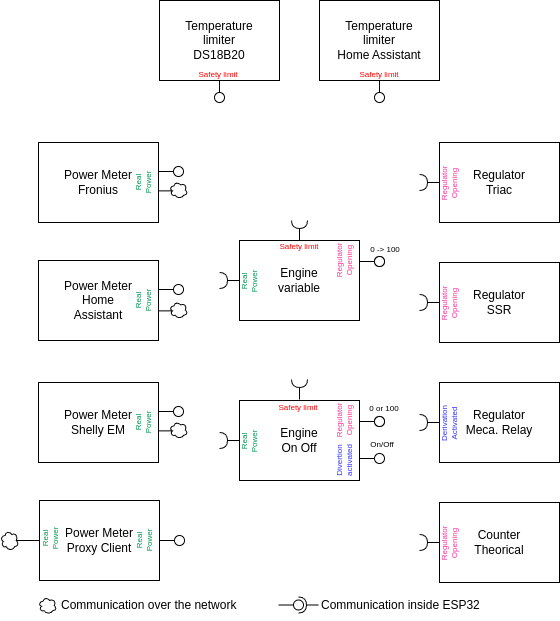
Earlier version of the draw.io export docs/images/packages.drawio.png (ghisch/Solar-Router-for-ESPHome). Source tidied: cells renumbered, new cells last; positions are measured from the earlier drawing's top-left corner, leaving out a move shared by most shapes.
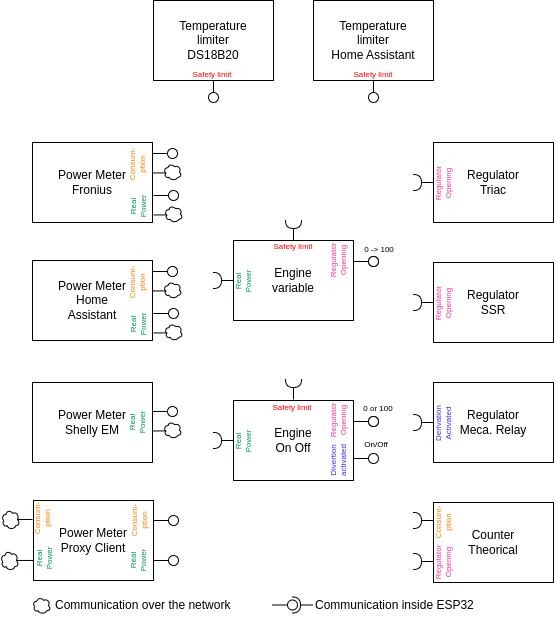
Later version of the same file.

Change to the diagram source:
```diff
@@ -7,7 +7,7 @@
     </mxCell>
     <mxCell id="3" style="rounded=0;jettySize=auto;html=1;endArrow=none;endFill=0;sketch=0;sourcePerimeterSpacing=0;targetPerimeterSpacing=0;" parent="1" edge="1" target="5">
       <mxGeometry relative="1" as="geometry">
-        <mxPoint x="158" y="171" as="sourcePoint" />
+        <mxPoint x="158" y="153" as="sourcePoint" />
       </mxGeometry>
     </mxCell>
     <mxCell id="4" style="rounded=0;orthogonalLoop=1;jettySize=auto;html=1;endArrow=halfCircle;endFill=0;entryX=0.5;entryY=0.5;endSize=6;strokeWidth=1;sketch=0;" parent="1" edge="1">
@@ -17,7 +17,7 @@
       </mxGeometry>
     </mxCell>
     <mxCell id="5" style="ellipse;whiteSpace=wrap;html=1;align=center;points=[];outlineConnect=0;sketch=0;" parent="1" vertex="1">
-      <mxGeometry x="173" y="166" width="10" height="10" as="geometry" />
+      <mxGeometry x="173" y="148" width="10" height="10" as="geometry" />
     </mxCell>
     <mxCell id="6" value="Engine&lt;br&gt;variable" style="rounded=0;whiteSpace=wrap;html=1;" parent="1" vertex="1">
       <mxGeometry x="239" y="240" width="120" height="80" as="geometry" />
@@ -30,8 +30,8 @@
     <mxCell id="8" style="ellipse;whiteSpace=wrap;html=1;align=center;points=[];outlineConnect=0;sketch=0;" parent="1" vertex="1">
       <mxGeometry x="374" y="256" width="10" height="10" as="geometry" />
     </mxCell>
-    <mxCell id="9" value="Real&lt;br&gt;Power" style="text;html=1;strokeColor=none;fillColor=none;align=center;verticalAlign=middle;whiteSpace=wrap;rounded=0;rotation=-90;fontSize=8;fontColor=#00994D;" parent="1" vertex="1">
-      <mxGeometry x="113" y="167" width="60" height="30" as="geometry" />
+    <mxCell id="9" value="Consum-&lt;br&gt;ption" style="text;html=1;strokeColor=none;fillColor=none;align=center;verticalAlign=middle;whiteSpace=wrap;rounded=0;rotation=-90;fontSize=8;fontColor=#FF8000;" parent="1" vertex="1">
+      <mxGeometry x="113" y="149" width="60" height="30" as="geometry" />
     </mxCell>
     <mxCell id="10" style="rounded=0;orthogonalLoop=1;jettySize=auto;html=1;endArrow=halfCircle;endFill=0;entryX=0.5;entryY=0.5;endSize=6;strokeWidth=1;sketch=0;" parent="1" edge="1">
       <mxGeometry relative="1" as="geometry">
@@ -136,30 +136,19 @@
     </mxCell>
     <mxCell id="37" style="rounded=0;orthogonalLoop=1;jettySize=auto;html=1;endArrow=halfCircle;endFill=0;entryX=0.5;entryY=0.5;endSize=6;strokeWidth=1;sketch=0;" parent="1" edge="1">
       <mxGeometry relative="1" as="geometry">
-        <mxPoint x="439" y="542" as="sourcePoint" />
-        <mxPoint x="419" y="542" as="targetPoint" />
+        <mxPoint x="439" y="561" as="sourcePoint" />
+        <mxPoint x="419" y="561" as="targetPoint" />
       </mxGeometry>
     </mxCell>
     <mxCell id="38" value="Counter&lt;br&gt;Theorical" style="rounded=0;whiteSpace=wrap;html=1;" parent="1" vertex="1">
       <mxGeometry x="439" y="502" width="120" height="80" as="geometry" />
     </mxCell>
     <mxCell id="39" value="Regulator&lt;br&gt;Opening" style="text;html=1;strokeColor=none;fillColor=none;align=center;verticalAlign=middle;whiteSpace=wrap;rounded=0;rotation=-90;fontSize=8;fontColor=#FF3399;" parent="1" vertex="1">
-      <mxGeometry x="419" y="528" width="60" height="30" as="geometry" />
+      <mxGeometry x="419" y="547" width="60" height="30" as="geometry" />
     </mxCell>
     <mxCell id="40" value="Power Meter&lt;br&gt;Home&lt;br&gt;Assistant" style="rounded=0;whiteSpace=wrap;html=1;align=center;" parent="1" vertex="1">
       <mxGeometry x="38" y="260" width="120" height="80" as="geometry" />
     </mxCell>
-    <mxCell id="41" style="rounded=0;jettySize=auto;html=1;endArrow=none;endFill=0;sketch=0;sourcePerimeterSpacing=0;targetPerimeterSpacing=0;" parent="1" edge="1" target="42">
-      <mxGeometry relative="1" as="geometry">
-        <mxPoint x="158" y="289" as="sourcePoint" />
-      </mxGeometry>
-    </mxCell>
-    <mxCell id="42" style="ellipse;whiteSpace=wrap;html=1;align=center;points=[];outlineConnect=0;sketch=0;" parent="1" vertex="1">
-      <mxGeometry x="173" y="284" width="10" height="10" as="geometry" />
-    </mxCell>
-    <mxCell id="43" value="Real&lt;br&gt;Power" style="text;html=1;strokeColor=none;fillColor=none;align=center;verticalAlign=middle;whiteSpace=wrap;rounded=0;rotation=-90;fontSize=8;fontColor=#00994D;" parent="1" vertex="1">
-      <mxGeometry x="113" y="285" width="60" height="30" as="geometry" />
-    </mxCell>
     <mxCell id="44" value="Power Meter&lt;br&gt;Shelly EM" style="rounded=0;whiteSpace=wrap;html=1;align=center;" parent="1" vertex="1">
       <mxGeometry x="38" y="382" width="120" height="80" as="geometry" />
     </mxCell>
@@ -179,42 +168,35 @@
     </mxCell>
     <mxCell id="49" style="rounded=0;jettySize=auto;html=1;endArrow=none;endFill=0;sketch=0;sourcePerimeterSpacing=0;targetPerimeterSpacing=0;" parent="1" edge="1" target="50">
       <mxGeometry relative="1" as="geometry">
-        <mxPoint x="159" y="540" as="sourcePoint" />
+        <mxPoint x="159" y="560" as="sourcePoint" />
       </mxGeometry>
     </mxCell>
     <mxCell id="50" style="ellipse;whiteSpace=wrap;html=1;align=center;points=[];outlineConnect=0;sketch=0;" parent="1" vertex="1">
-      <mxGeometry x="174" y="535" width="10" height="10" as="geometry" />
+      <mxGeometry x="174" y="555" width="10" height="10" as="geometry" />
     </mxCell>
     <mxCell id="51" value="Real&lt;br&gt;Power" style="text;html=1;strokeColor=none;fillColor=none;align=center;verticalAlign=middle;whiteSpace=wrap;rounded=0;rotation=-90;fontSize=8;fontColor=#00994D;" parent="1" vertex="1">
-      <mxGeometry x="114" y="525" width="60" height="30" as="geometry" />
+      <mxGeometry x="114" y="545" width="60" height="30" as="geometry" />
     </mxCell>
     <mxCell id="52" value="Real&lt;br&gt;Power" style="text;html=1;strokeColor=none;fillColor=none;align=center;verticalAlign=middle;whiteSpace=wrap;rounded=0;rotation=-90;fontSize=8;fontColor=#00994D;" parent="1" vertex="1">
-      <mxGeometry x="20" y="523" width="60" height="30" as="geometry" />
+      <mxGeometry x="20" y="543" width="60" height="30" as="geometry" />
     </mxCell>
-    <mxCell id="53" style="edgeStyle=none;html=1;exitX=0.841;exitY=0.497;exitDx=0;exitDy=0;exitPerimeter=0;endArrow=none;endFill=0;" parent="1" edge="1" source="54" target="48">
-      <mxGeometry relative="1" as="geometry" />
+    <mxCell id="53" style="edgeStyle=none;html=1;exitX=0.841;exitY=0.497;exitDx=0;exitDy=0;exitPerimeter=0;endArrow=none;endFill=0;" parent="1" edge="1" source="54">
+      <mxGeometry relative="1" as="geometry">
+        <mxPoint x="39" y="560" as="targetPoint" />
+      </mxGeometry>
     </mxCell>
     <mxCell id="54" style="ellipse;shape=cloud;whiteSpace=wrap;html=1;" parent="1" vertex="1">
-      <mxGeometry y="530" width="18" height="20" as="geometry" />
+      <mxGeometry x="6" y="550" width="18" height="20" as="geometry" />
     </mxCell>
     <mxCell id="55" style="rounded=0;orthogonalLoop=1;jettySize=auto;html=1;endArrow=none;endFill=0;sketch=0;sourcePerimeterSpacing=0;targetPerimeterSpacing=0;" parent="1" edge="1">
       <mxGeometry relative="1" as="geometry">
-        <mxPoint x="158" y="190.4" as="sourcePoint" />
-        <mxPoint x="173" y="190.4" as="targetPoint" />
+        <mxPoint x="158" y="172.4" as="sourcePoint" />
+        <mxPoint x="173" y="172.4" as="targetPoint" />
       </mxGeometry>
     </mxCell>
     <mxCell id="56" style="ellipse;shape=cloud;whiteSpace=wrap;html=1;" parent="1" vertex="1">
-      <mxGeometry x="169" y="181" width="18" height="17" as="geometry" />
+      <mxGeometry x="169" y="163" width="18" height="17" as="geometry" />
     </mxCell>
-    <mxCell id="57" style="rounded=0;orthogonalLoop=1;jettySize=auto;html=1;endArrow=none;endFill=0;sketch=0;sourcePerimeterSpacing=0;targetPerimeterSpacing=0;" parent="1" edge="1">
-      <mxGeometry relative="1" as="geometry">
-        <mxPoint x="158" y="310.4" as="sourcePoint" />
-        <mxPoint x="173" y="310.4" as="targetPoint" />
-      </mxGeometry>
-    </mxCell>
-    <mxCell id="58" style="ellipse;shape=cloud;whiteSpace=wrap;html=1;" parent="1" vertex="1">
-      <mxGeometry x="169" y="301" width="18" height="17" as="geometry" />
-    </mxCell>
     <mxCell id="59" style="rounded=0;orthogonalLoop=1;jettySize=auto;html=1;endArrow=none;endFill=0;sketch=0;sourcePerimeterSpacing=0;targetPerimeterSpacing=0;" parent="1" edge="1">
       <mxGeometry relative="1" as="geometry">
         <mxPoint x="158" y="430.4" as="sourcePoint" />
@@ -292,5 +274,96 @@
     <mxCell id="78" value="&lt;font color=&quot;#ff0000&quot; style=&quot;font-size: 8px;&quot;&gt;Safety limit&lt;/font&gt;" style="text;html=1;strokeColor=none;fillColor=none;align=center;verticalAlign=middle;whiteSpace=wrap;rounded=0;fontColor=#FF3399;" parent="1" vertex="1">
       <mxGeometry x="268" y="391" width="60" height="30" as="geometry" />
     </mxCell>
+    <mxCell id="79" style="rounded=0;orthogonalLoop=1;jettySize=auto;html=1;endArrow=halfCircle;endFill=0;entryX=0.5;entryY=0.5;endSize=6;strokeWidth=1;sketch=0;" parent="1" edge="1">
+      <mxGeometry relative="1" as="geometry">
+        <mxPoint x="439" y="520" as="sourcePoint" />
+        <mxPoint x="419" y="520" as="targetPoint" />
+      </mxGeometry>
+    </mxCell>
+    <mxCell id="80" value="Consum-&lt;br&gt;ption" style="text;html=1;strokeColor=none;fillColor=none;align=center;verticalAlign=middle;whiteSpace=wrap;rounded=0;rotation=-90;fontSize=8;fontColor=#ff8000;" parent="1" vertex="1">
+      <mxGeometry x="419" y="507" width="60" height="30" as="geometry" />
+    </mxCell>
+    <mxCell id="81" style="rounded=0;jettySize=auto;html=1;endArrow=none;endFill=0;sketch=0;sourcePerimeterSpacing=0;targetPerimeterSpacing=0;" parent="1" edge="1" target="82">
+      <mxGeometry relative="1" as="geometry">
+        <mxPoint x="159" y="195" as="sourcePoint" />
+      </mxGeometry>
+    </mxCell>
+    <mxCell id="82" style="ellipse;whiteSpace=wrap;html=1;align=center;points=[];outlineConnect=0;sketch=0;" parent="1" vertex="1">
+      <mxGeometry x="174" y="190" width="10" height="10" as="geometry" />
+    </mxCell>
+    <mxCell id="83" value="Real&lt;br&gt;Power" style="text;html=1;strokeColor=none;fillColor=none;align=center;verticalAlign=middle;whiteSpace=wrap;rounded=0;rotation=-90;fontSize=8;fontColor=#00994D;" parent="1" vertex="1">
+      <mxGeometry x="114" y="191" width="60" height="30" as="geometry" />
+    </mxCell>
+    <mxCell id="84" style="rounded=0;orthogonalLoop=1;jettySize=auto;html=1;endArrow=none;endFill=0;sketch=0;sourcePerimeterSpacing=0;targetPerimeterSpacing=0;" parent="1" edge="1">
+      <mxGeometry relative="1" as="geometry">
+        <mxPoint x="159" y="214.4" as="sourcePoint" />
+        <mxPoint x="174" y="214.4" as="targetPoint" />
+      </mxGeometry>
+    </mxCell>
+    <mxCell id="85" style="ellipse;shape=cloud;whiteSpace=wrap;html=1;" parent="1" vertex="1">
+      <mxGeometry x="170" y="205" width="18" height="17" as="geometry" />
+    </mxCell>
+    <mxCell id="86" style="rounded=0;jettySize=auto;html=1;endArrow=none;endFill=0;sketch=0;sourcePerimeterSpacing=0;targetPerimeterSpacing=0;" parent="1" edge="1" target="87">
+      <mxGeometry relative="1" as="geometry">
+        <mxPoint x="158" y="271" as="sourcePoint" />
+      </mxGeometry>
+    </mxCell>
+    <mxCell id="87" style="ellipse;whiteSpace=wrap;html=1;align=center;points=[];outlineConnect=0;sketch=0;" parent="1" vertex="1">
+      <mxGeometry x="173" y="266" width="10" height="10" as="geometry" />
+    </mxCell>
+    <mxCell id="88" value="Consum-&lt;br&gt;ption" style="text;html=1;strokeColor=none;fillColor=none;align=center;verticalAlign=middle;whiteSpace=wrap;rounded=0;rotation=-90;fontSize=8;fontColor=#FF8000;" parent="1" vertex="1">
+      <mxGeometry x="113" y="267" width="60" height="30" as="geometry" />
+    </mxCell>
+    <mxCell id="89" style="rounded=0;orthogonalLoop=1;jettySize=auto;html=1;endArrow=none;endFill=0;sketch=0;sourcePerimeterSpacing=0;targetPerimeterSpacing=0;" parent="1" edge="1">
+      <mxGeometry relative="1" as="geometry">
+        <mxPoint x="158" y="290.4" as="sourcePoint" />
+        <mxPoint x="173" y="290.4" as="targetPoint" />
+      </mxGeometry>
+    </mxCell>
+    <mxCell id="90" style="ellipse;shape=cloud;whiteSpace=wrap;html=1;" parent="1" vertex="1">
+      <mxGeometry x="169" y="281" width="18" height="17" as="geometry" />
+    </mxCell>
+    <mxCell id="91" style="rounded=0;jettySize=auto;html=1;endArrow=none;endFill=0;sketch=0;sourcePerimeterSpacing=0;targetPerimeterSpacing=0;" parent="1" edge="1" target="92">
+      <mxGeometry relative="1" as="geometry">
+        <mxPoint x="159" y="313" as="sourcePoint" />
+      </mxGeometry>
+    </mxCell>
+    <mxCell id="92" style="ellipse;whiteSpace=wrap;html=1;align=center;points=[];outlineConnect=0;sketch=0;" parent="1" vertex="1">
+      <mxGeometry x="174" y="308" width="10" height="10" as="geometry" />
+    </mxCell>
+    <mxCell id="93" value="Real&lt;br&gt;Power" style="text;html=1;strokeColor=none;fillColor=none;align=center;verticalAlign=middle;whiteSpace=wrap;rounded=0;rotation=-90;fontSize=8;fontColor=#00994D;" parent="1" vertex="1">
+      <mxGeometry x="114" y="309" width="60" height="30" as="geometry" />
+    </mxCell>
+    <mxCell id="94" style="rounded=0;orthogonalLoop=1;jettySize=auto;html=1;endArrow=none;endFill=0;sketch=0;sourcePerimeterSpacing=0;targetPerimeterSpacing=0;" parent="1" edge="1">
+      <mxGeometry relative="1" as="geometry">
+        <mxPoint x="159" y="332.4" as="sourcePoint" />
+        <mxPoint x="174" y="332.4" as="targetPoint" />
+      </mxGeometry>
+    </mxCell>
+    <mxCell id="95" style="ellipse;shape=cloud;whiteSpace=wrap;html=1;" parent="1" vertex="1">
+      <mxGeometry x="170" y="323" width="18" height="17" as="geometry" />
+    </mxCell>
+    <mxCell id="96" style="rounded=0;jettySize=auto;html=1;endArrow=none;endFill=0;sketch=0;sourcePerimeterSpacing=0;targetPerimeterSpacing=0;" parent="1" edge="1" target="97">
+      <mxGeometry relative="1" as="geometry">
+        <mxPoint x="159" y="520" as="sourcePoint" />
+      </mxGeometry>
+    </mxCell>
+    <mxCell id="97" style="ellipse;whiteSpace=wrap;html=1;align=center;points=[];outlineConnect=0;sketch=0;" parent="1" vertex="1">
+      <mxGeometry x="174" y="515" width="10" height="10" as="geometry" />
+    </mxCell>
+    <mxCell id="98" value="Consum-&lt;br&gt;ption" style="text;html=1;strokeColor=none;fillColor=none;align=center;verticalAlign=middle;whiteSpace=wrap;rounded=0;rotation=-90;fontSize=8;fontColor=#FF8000;" parent="1" vertex="1">
+      <mxGeometry x="115" y="505" width="60" height="30" as="geometry" />
+    </mxCell>
+    <mxCell id="99" style="edgeStyle=none;html=1;exitX=0.841;exitY=0.497;exitDx=0;exitDy=0;exitPerimeter=0;endArrow=none;endFill=0;" parent="1" edge="1" source="100">
+      <mxGeometry relative="1" as="geometry">
+        <mxPoint x="38" y="519" as="targetPoint" />
+      </mxGeometry>
+    </mxCell>
+    <mxCell id="100" style="ellipse;shape=cloud;whiteSpace=wrap;html=1;" parent="1" vertex="1">
+      <mxGeometry x="7" y="509" width="18" height="20" as="geometry" />
+    </mxCell>
+    <mxCell id="101" value="Consum-&lt;br&gt;ption" style="text;html=1;strokeColor=none;fillColor=none;align=center;verticalAlign=middle;whiteSpace=wrap;rounded=0;rotation=-90;fontSize=8;fontColor=#FF8000;" parent="1" vertex="1">
+      <mxGeometry x="18" y="503" width="60" height="30" as="geometry" />
+    </mxCell>
   </root>
 </mxGraphModel>
```
